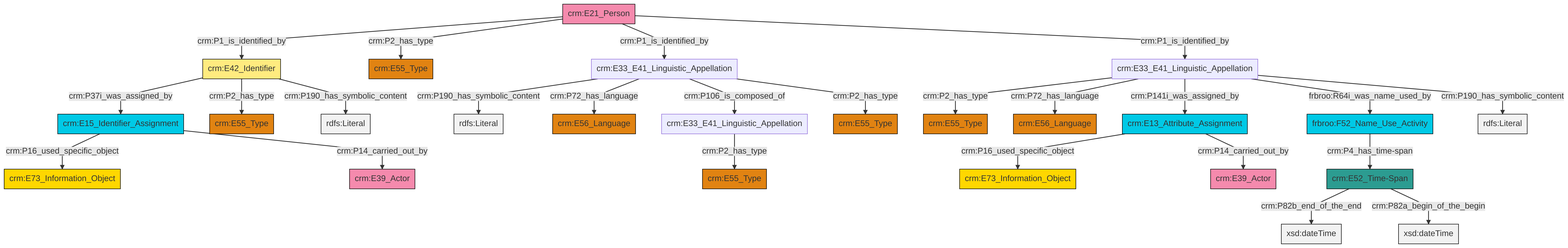
Before: et/personCSV/ttl/mmd/png/Person_Names_and_Classification.png, a diagram exported from Mermaid (swiss-art-research-net/reference-data-models). Its source is kept beside it as et/personCSV/ttl/mmd/Person_Names_and_Classification.ttl.mmd.
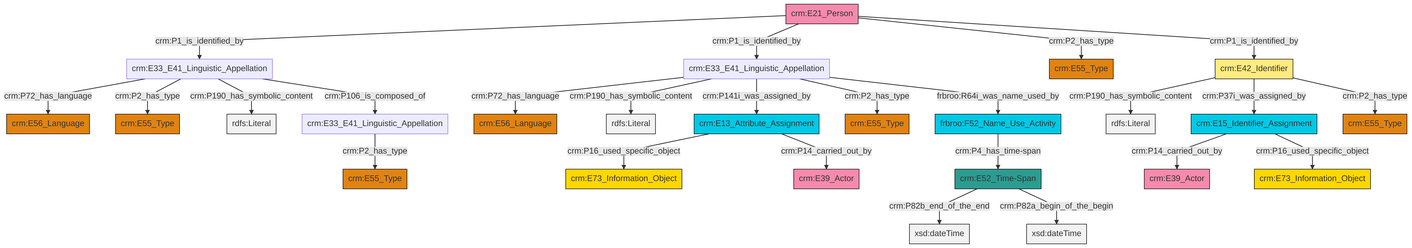
The same file after the commit.

Change to the diagram source:
```diff
@@ -13,27 +13,27 @@
 classDef PC_Classes fill:#4ce600, stroke:#000000;
 classDef Multi fill:#cccccc,stroke:#000000;
 
-2["crm:E33_E41_Linguistic_Appellation"]:::Default -->|crm:P2_has_type| 3["crm:E55_Type"]:::Type
-6["crm:E21_Person"]:::Actor -->|crm:P1_is_identified_by| 7["crm:E42_Identifier"]:::Appellation
-11["crm:E33_E41_Linguistic_Appellation"]:::Default -->|crm:P190_has_symbolic_content| 12[rdfs:Literal]:::Literal
-6["crm:E21_Person"]:::Actor -->|crm:P2_has_type| 13["crm:E55_Type"]:::Type
-18["crm:E13_Attribute_Assignment"]:::Temporal_Entity -->|crm:P16_used_specific_object| 19["crm:E73_Information_Object"]:::Conceptual_Object
-2["crm:E33_E41_Linguistic_Appellation"]:::Default -->|crm:P72_has_language| 0["crm:E56_Language"]:::Type
-20["crm:E33_E41_Linguistic_Appellation"]:::Default -->|crm:P2_has_type| 23["crm:E55_Type"]:::Type
-7["crm:E42_Identifier"]:::Appellation -->|crm:P37i_was_assigned_by| 14["crm:E15_Identifier_Assignment"]:::Temporal_Entity
-14["crm:E15_Identifier_Assignment"]:::Temporal_Entity -->|crm:P16_used_specific_object| 24["crm:E73_Information_Object"]:::Conceptual_Object
-6["crm:E21_Person"]:::Actor -->|crm:P1_is_identified_by| 11["crm:E33_E41_Linguistic_Appellation"]:::Default
-28["crm:E52_Time-Span"]:::Time-Span -->|crm:P82b_end_of_the_end| 29[xsd:dateTime]:::Literal
-28["crm:E52_Time-Span"]:::Time-Span -->|crm:P82a_begin_of_the_begin| 31[xsd:dateTime]:::Literal
-2["crm:E33_E41_Linguistic_Appellation"]:::Default -->|crm:P141i_was_assigned_by| 18["crm:E13_Attribute_Assignment"]:::Temporal_Entity
-11["crm:E33_E41_Linguistic_Appellation"]:::Default -->|crm:P72_has_language| 32["crm:E56_Language"]:::Type
-7["crm:E42_Identifier"]:::Appellation -->|crm:P2_has_type| 33["crm:E55_Type"]:::Type
-18["crm:E13_Attribute_Assignment"]:::Temporal_Entity -->|crm:P14_carried_out_by| 35["crm:E39_Actor"]:::Actor
-14["crm:E15_Identifier_Assignment"]:::Temporal_Entity -->|crm:P14_carried_out_by| 4["crm:E39_Actor"]:::Actor
-11["crm:E33_E41_Linguistic_Appellation"]:::Default -->|crm:P106_is_composed_of| 20["crm:E33_E41_Linguistic_Appellation"]:::Default
-9["frbroo:F52_Name_Use_Activity"]:::Temporal_Entity -->|crm:P4_has_time-span| 28["crm:E52_Time-Span"]:::Time-Span
-2["crm:E33_E41_Linguistic_Appellation"]:::Default -->|frbroo:R64i_was_name_used_by| 9["frbroo:F52_Name_Use_Activity"]:::Temporal_Entity
-7["crm:E42_Identifier"]:::Appellation -->|crm:P190_has_symbolic_content| 41[rdfs:Literal]:::Literal
-2["crm:E33_E41_Linguistic_Appellation"]:::Default -->|crm:P190_has_symbolic_content| 44[rdfs:Literal]:::Literal
-11["crm:E33_E41_Linguistic_Appellation"]:::Default -->|crm:P2_has_type| 16["crm:E55_Type"]:::Type
-6["crm:E21_Person"]:::Actor -->|crm:P1_is_identified_by| 2["crm:E33_E41_Linguistic_Appellation"]:::Default
+0["crm:E33_E41_Linguistic_Appellation"]:::Default -->|crm:P72_has_language| 1["crm:E56_Language"]:::Type
+2["crm:E21_Person"]:::Actor -->|crm:P1_is_identified_by| 0["crm:E33_E41_Linguistic_Appellation"]:::Default
+3["crm:E33_E41_Linguistic_Appellation"]:::Default -->|crm:P2_has_type| 4["crm:E55_Type"]:::Type
+5["crm:E52_Time-Span"]:::Time-Span -->|crm:P82b_end_of_the_end| 6[xsd:dateTime]:::Literal
+2["crm:E21_Person"]:::Actor -->|crm:P1_is_identified_by| 8["crm:E33_E41_Linguistic_Appellation"]:::Default
+9["crm:E13_Attribute_Assignment"]:::Temporal_Entity -->|crm:P16_used_specific_object| 10["crm:E73_Information_Object"]:::Conceptual_Object
+0["crm:E33_E41_Linguistic_Appellation"]:::Default -->|crm:P2_has_type| 13["crm:E55_Type"]:::Type
+9["crm:E13_Attribute_Assignment"]:::Temporal_Entity -->|crm:P14_carried_out_by| 14["crm:E39_Actor"]:::Actor
+0["crm:E33_E41_Linguistic_Appellation"]:::Default -->|crm:P190_has_symbolic_content| 19[rdfs:Literal]:::Literal
+20["crm:E15_Identifier_Assignment"]:::Temporal_Entity -->|crm:P14_carried_out_by| 21["crm:E39_Actor"]:::Actor
+22["crm:E42_Identifier"]:::Appellation -->|crm:P190_has_symbolic_content| 23[rdfs:Literal]:::Literal
+0["crm:E33_E41_Linguistic_Appellation"]:::Default -->|crm:P106_is_composed_of| 3["crm:E33_E41_Linguistic_Appellation"]:::Default
+8["crm:E33_E41_Linguistic_Appellation"]:::Default -->|crm:P72_has_language| 27["crm:E56_Language"]:::Type
+8["crm:E33_E41_Linguistic_Appellation"]:::Default -->|crm:P190_has_symbolic_content| 29[rdfs:Literal]:::Literal
+22["crm:E42_Identifier"]:::Appellation -->|crm:P37i_was_assigned_by| 20["crm:E15_Identifier_Assignment"]:::Temporal_Entity
+2["crm:E21_Person"]:::Actor -->|crm:P2_has_type| 11["crm:E55_Type"]:::Type
+8["crm:E33_E41_Linguistic_Appellation"]:::Default -->|crm:P141i_was_assigned_by| 9["crm:E13_Attribute_Assignment"]:::Temporal_Entity
+2["crm:E21_Person"]:::Actor -->|crm:P1_is_identified_by| 22["crm:E42_Identifier"]:::Appellation
+8["crm:E33_E41_Linguistic_Appellation"]:::Default -->|crm:P2_has_type| 33["crm:E55_Type"]:::Type
+22["crm:E42_Identifier"]:::Appellation -->|crm:P2_has_type| 35["crm:E55_Type"]:::Type
+17["frbroo:F52_Name_Use_Activity"]:::Temporal_Entity -->|crm:P4_has_time-span| 5["crm:E52_Time-Span"]:::Time-Span
+8["crm:E33_E41_Linguistic_Appellation"]:::Default -->|frbroo:R64i_was_name_used_by| 17["frbroo:F52_Name_Use_Activity"]:::Temporal_Entity
+20["crm:E15_Identifier_Assignment"]:::Temporal_Entity -->|crm:P16_used_specific_object| 41["crm:E73_Information_Object"]:::Conceptual_Object
+5["crm:E52_Time-Span"]:::Time-Span -->|crm:P82a_begin_of_the_begin| 45[xsd:dateTime]:::Literal
```
